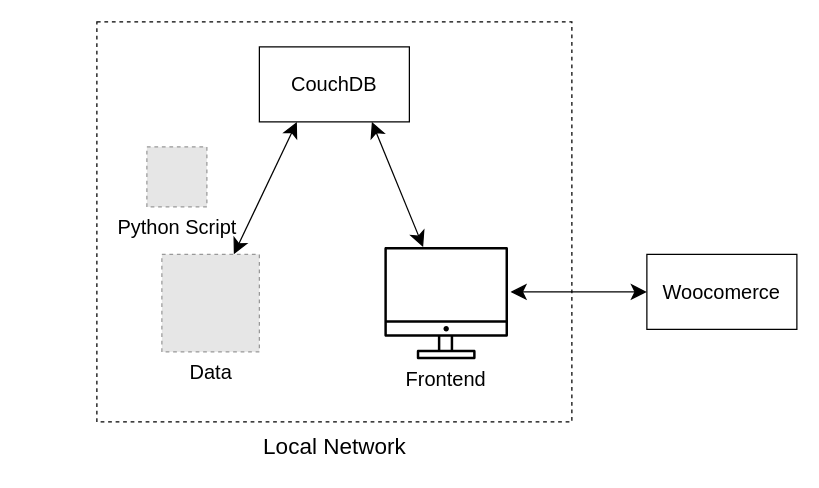
The draw.io diagram architecture.drawio in leih-lokal/LeihLokalVerwaltung, before the edit. Source tidied: cells renumbered, new cells numbered last; positions are measured from the earlier drawing's top-left corner, leaving out a move shared by most shapes. Both pictures are drawn from the tidied source at 125%, with x=0, y=0 at pixel (96, 21). Pictures stored in the file or linked from it are replaced by grey dashed boxes.
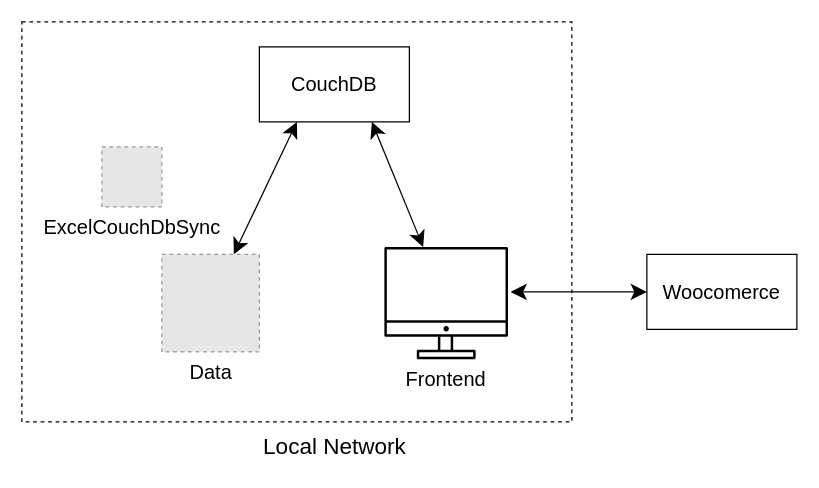
The same diagram, later.

Commit message (it also covers changes not shown here):
rename python script

The edit, as a diff of the source:
```diff
@@
 <mxGraphModel>
   <root>
     <mxCell id="0" />
     <mxCell id="1" parent="0" />
     <mxCell id="2" style="rounded=0;whiteSpace=wrap;html=1;fontSize=16;fontColor=#000000;fillColor=none;dashed=1;" parent="1" vertex="1">
-      <mxGeometry width="380" height="320" as="geometry" />
+      <mxGeometry x="-60" width="440" height="320" as="geometry" />
     </mxCell>
     <mxCell id="3" value="&lt;font style=&quot;font-size: 16px&quot;&gt;CouchDB&lt;/font&gt;" style="rounded=0;whiteSpace=wrap;html=1;" parent="1" vertex="1">
       <mxGeometry x="130" y="20" width="120" height="60" as="geometry" />
     </mxCell>
     <mxCell id="4" value="&lt;font style=&quot;font-size: 16px&quot;&gt;Data&lt;/font&gt;" style="fillColor=#E6E6E6;strokeColor=#999999;dashed=1;html=1;verticalAlign=top;verticalLabelPosition=bottom;labelBackgroundColor=#ffffff;" parent="1" vertex="1">
       <mxGeometry x="52" y="186" width="78" height="78" as="geometry" />
     </mxCell>
-    <mxCell id="5" value="Python Script" style="fillColor=#E6E6E6;strokeColor=#999999;dashed=1;html=1;verticalAlign=top;verticalLabelPosition=bottom;labelBackgroundColor=#ffffff;fontSize=16;" parent="1" vertex="1">
-      <mxGeometry x="40" y="100" width="48" height="48" as="geometry" />
+    <mxCell id="5" value="ExcelCouchDbSync" style="fillColor=#E6E6E6;strokeColor=#999999;dashed=1;html=1;verticalAlign=top;verticalLabelPosition=bottom;labelBackgroundColor=#ffffff;fontSize=16;" parent="1" vertex="1">
+      <mxGeometry x="4" y="100" width="48" height="48" as="geometry" />
     </mxCell>
     <mxCell id="6" value="&lt;font style=&quot;font-size: 16px&quot;&gt;Woocomerce&lt;/font&gt;" style="rounded=0;whiteSpace=wrap;html=1;" parent="1" vertex="1">
       <mxGeometry x="440" y="186" width="120" height="60" as="geometry" />
     </mxCell>
     <mxCell id="7" value="&lt;font style=&quot;font-size: 16px&quot;&gt;Frontend&lt;/font&gt;" style="outlineConnect=0;gradientColor=none;strokeColor=none;dashed=0;verticalLabelPosition=bottom;verticalAlign=top;align=center;html=1;fontSize=12;fontStyle=0;shape=mxgraph.aws4.illustration_desktop;fillColor=#000000;" parent="1" vertex="1">
       <mxGeometry x="230" y="180" width="98.9" height="90" as="geometry" />
     </mxCell>
     <mxCell id="8" style="endArrow=classic;startArrow=classic;html=1;fontSize=16;fontColor=#000000;endSize=10;startSize=10;entryX=0;entryY=0.5;entryDx=0;entryDy=0;exitX=1.021;exitY=0.4;exitDx=0;exitDy=0;exitPerimeter=0;" parent="1" edge="1" source="7" target="6">
       <mxGeometry relative="1" as="geometry" />
     </mxCell>
     <mxCell id="9" style="endArrow=classic;startArrow=classic;html=1;fontSize=16;fontColor=#000000;endSize=10;startSize=10;entryX=0.75;entryY=1;entryDx=0;entryDy=0;" parent="1" edge="1" source="7" target="3">
       <mxGeometry relative="1" as="geometry" />
     </mxCell>
     <mxCell id="10" style="endArrow=classic;startArrow=classic;html=1;fontSize=16;fontColor=#000000;endSize=10;startSize=10;entryX=0.25;entryY=1;entryDx=0;entryDy=0;" parent="1" edge="1" source="4" target="3">
       <mxGeometry relative="1" as="geometry" />
     </mxCell>
     <mxCell id="11" value="Local Network" style="text;html=1;align=center;verticalAlign=middle;fontSize=18;fontColor=#000000;" parent="1" vertex="1">
       <mxGeometry x="125" y="325" width="130" height="30" as="geometry" />
     </mxCell>
   </root>
 </mxGraphModel>
```
